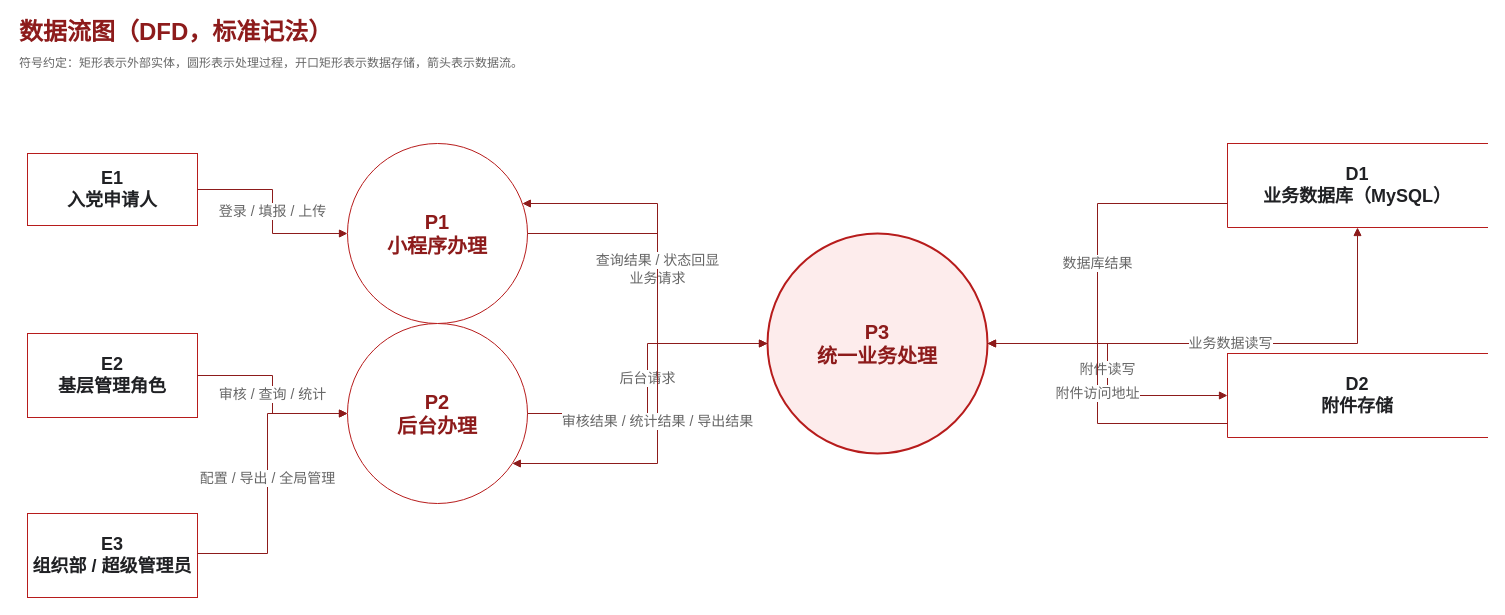
Before: docs/assets/report-dfd.drawio in Lukas-VI/party-building-system, a draw.io diagram. Source tidied: cells renumbered, new cells numbered last; positions are measured from the earlier drawing's top-left corner, leaving out a move shared by most shapes. Both pictures are drawn from the tidied source at 100%, with x=0, y=0 at pixel (17, 17).
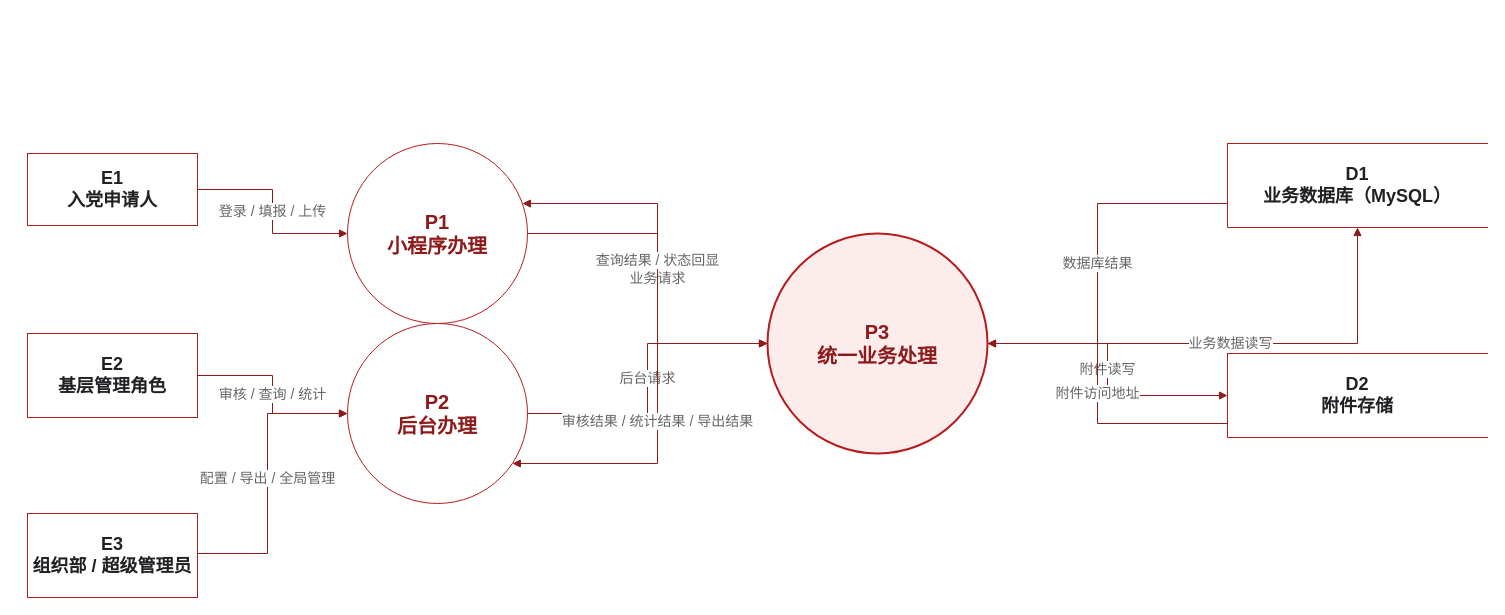
Above is the later version.

Commit message (it also covers changes not shown here):
docs: simplify drawio report diagrams

What changed in the source:
```diff
@@
-    <mxCell id="2" value="数据流图（DFD，标准记法）" style="text;html=1;strokeColor=none;fillColor=none;align=left;verticalAlign=middle;fontSize=24;fontStyle=1;fontColor=#8D1B1B;" parent="1" vertex="1">
-      <mxGeometry width="360" height="30" as="geometry" />
-    </mxCell>
-    <mxCell id="3" value="符号约定：矩形表示外部实体，圆形表示处理过程，开口矩形表示数据存储，箭头表示数据流。" style="text;html=1;strokeColor=none;fillColor=none;align=left;verticalAlign=middle;fontSize=12;fontColor=#666666;" parent="1" vertex="1">
-      <mxGeometry y="34" width="560" height="24" as="geometry" />
-    </mxCell>
```
